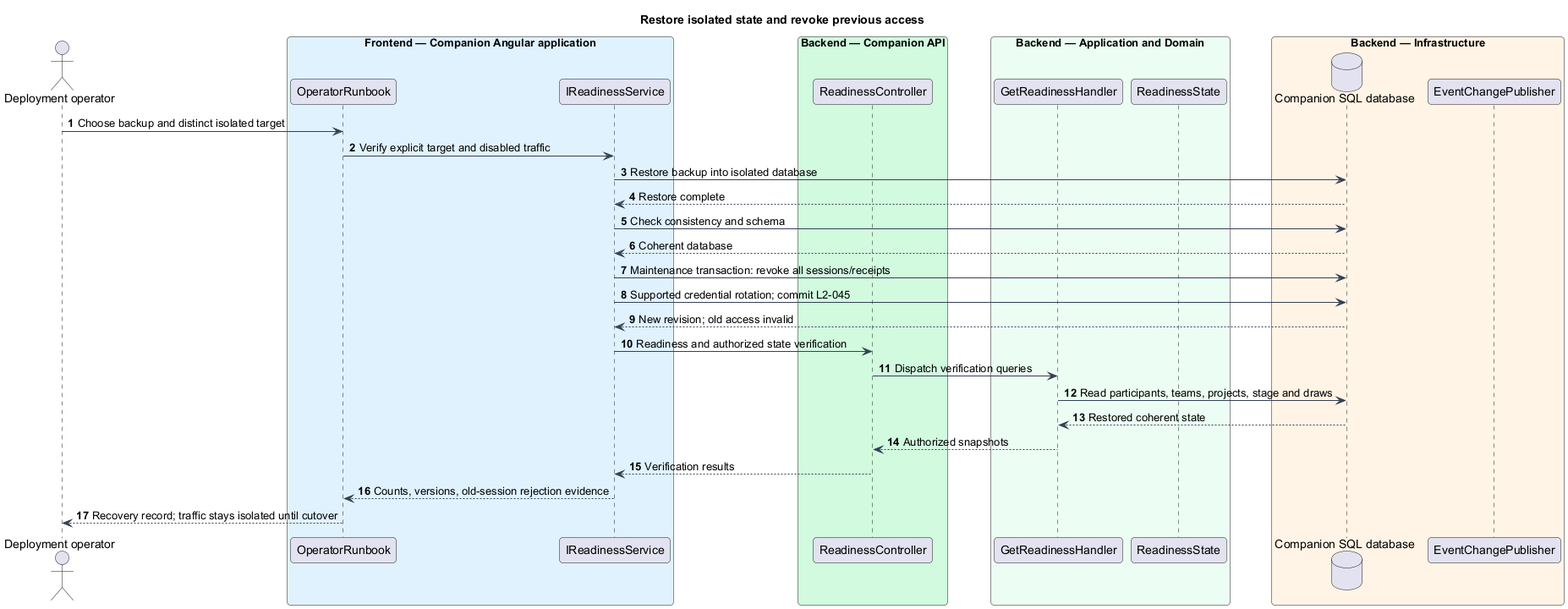
This is docs/detailed-designs/operations/operate-and-restore/diagrams/sequence-restore.png from QuinntyneBrown/faithtech-toronto-ai-build-event, a PlantUML export, as it was before one commit.
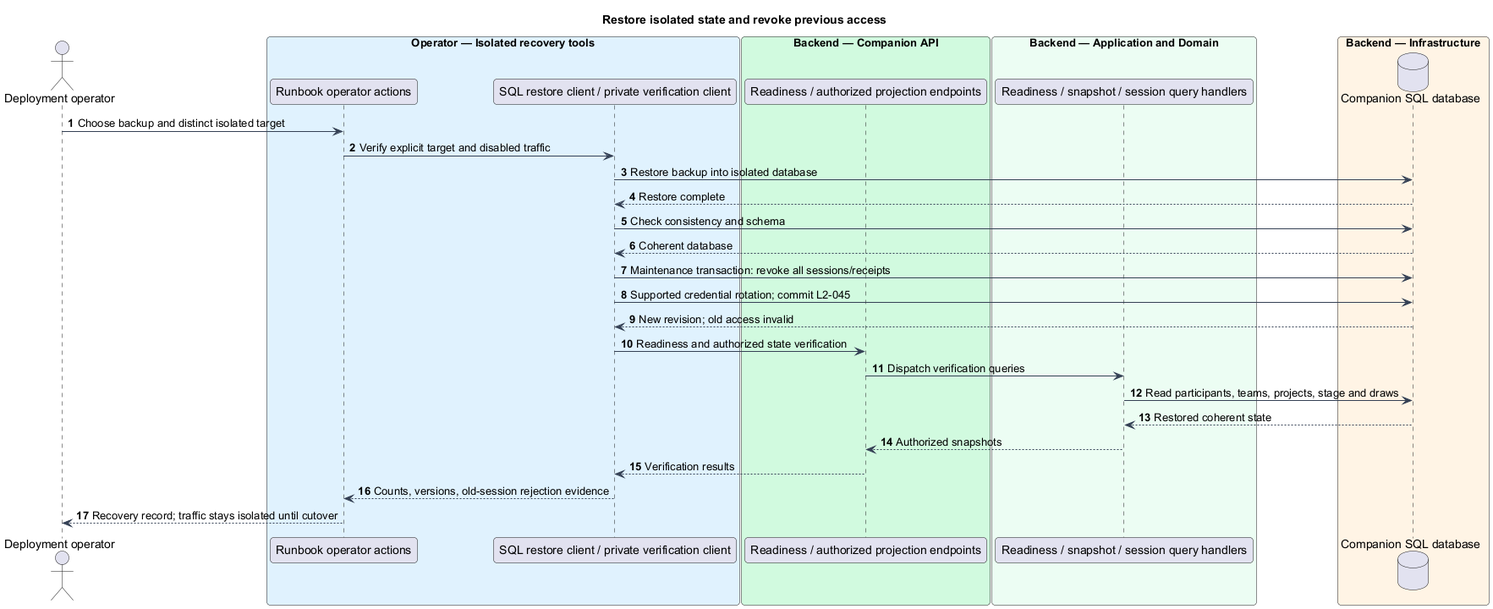
Above is the later version.

What changed in the source:
```diff
@@ -7,20 +7,18 @@
 autonumber
 title Restore isolated state and revoke previous access
 actor "Deployment operator" as actor
-box "Frontend — Companion Angular application" #E0F2FE
-participant "OperatorRunbook" as page
-participant "IReadinessService" as client
+box "Operator — Isolated recovery tools" #E0F2FE
+participant "Runbook operator actions" as page
+participant "SQL restore client / private verification client" as client
 end box
 box "Backend — Companion API" #D1FADF
-participant "ReadinessController" as controller
+participant "Readiness / authorized projection endpoints" as controller
 end box
 box "Backend — Application and Domain" #ECFDF3
-participant "GetReadinessHandler" as handler
-participant "ReadinessState" as entity
+participant "Readiness / snapshot / session query handlers" as handler
 end box
 box "Backend — Infrastructure" #FFF4E5
 database "Companion SQL database" as db
-participant "EventChangePublisher" as push
 end box
 actor -> page : Choose backup and distinct isolated target
 page -> client : Verify explicit target and disabled traffic
```
